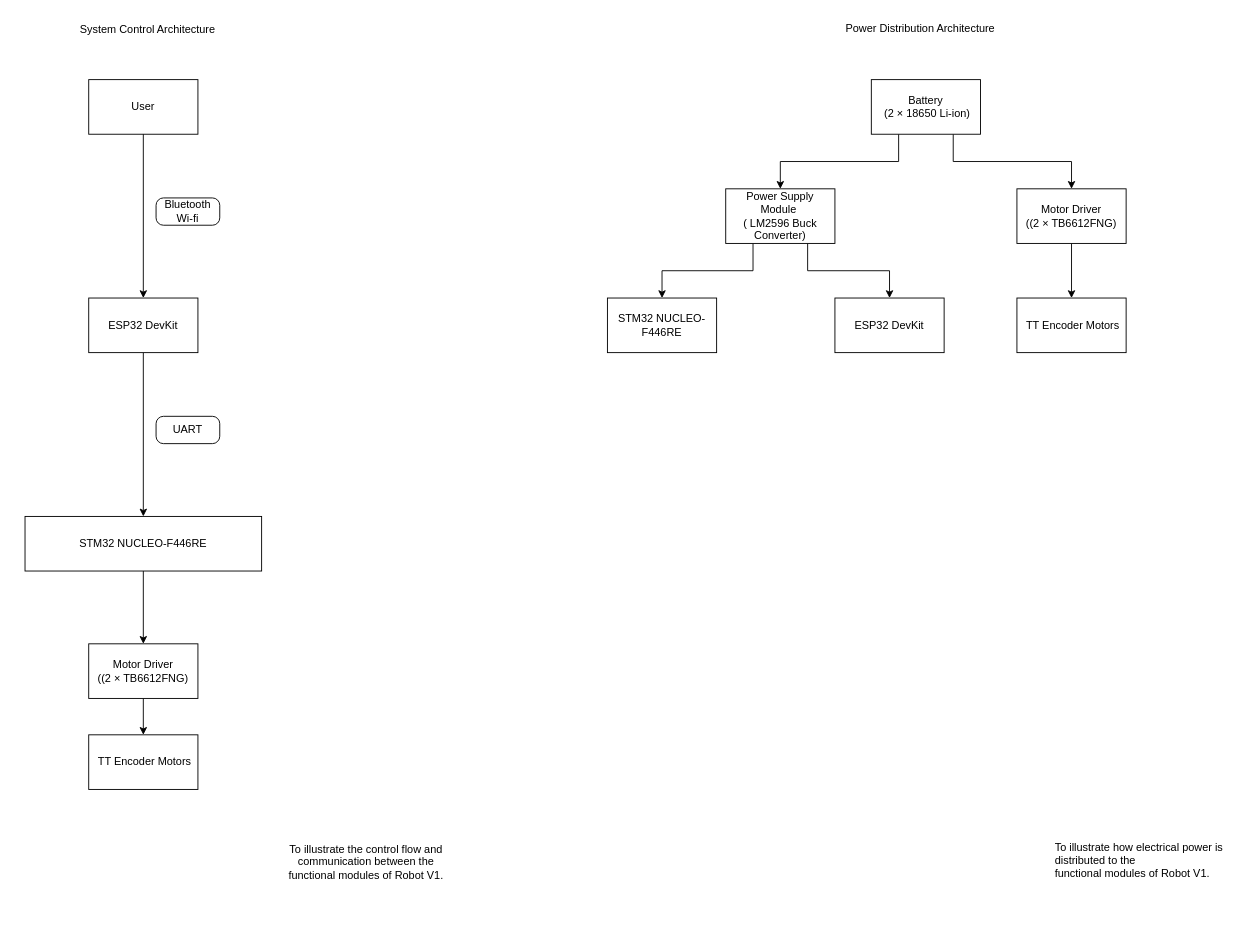
jeremywan-dev/ai-robotics-platform keeps this draw.io diagram as docs/v1-system-architecture.drawio. Above is the earlier version. Source tidied: cells renumbered, new cells numbered last; positions are measured from the earlier drawing's top-left corner, leaving out a move shared by most shapes. Both pictures are drawn from the tidied source at 91%, with x=0, y=0 at pixel (15, 15).
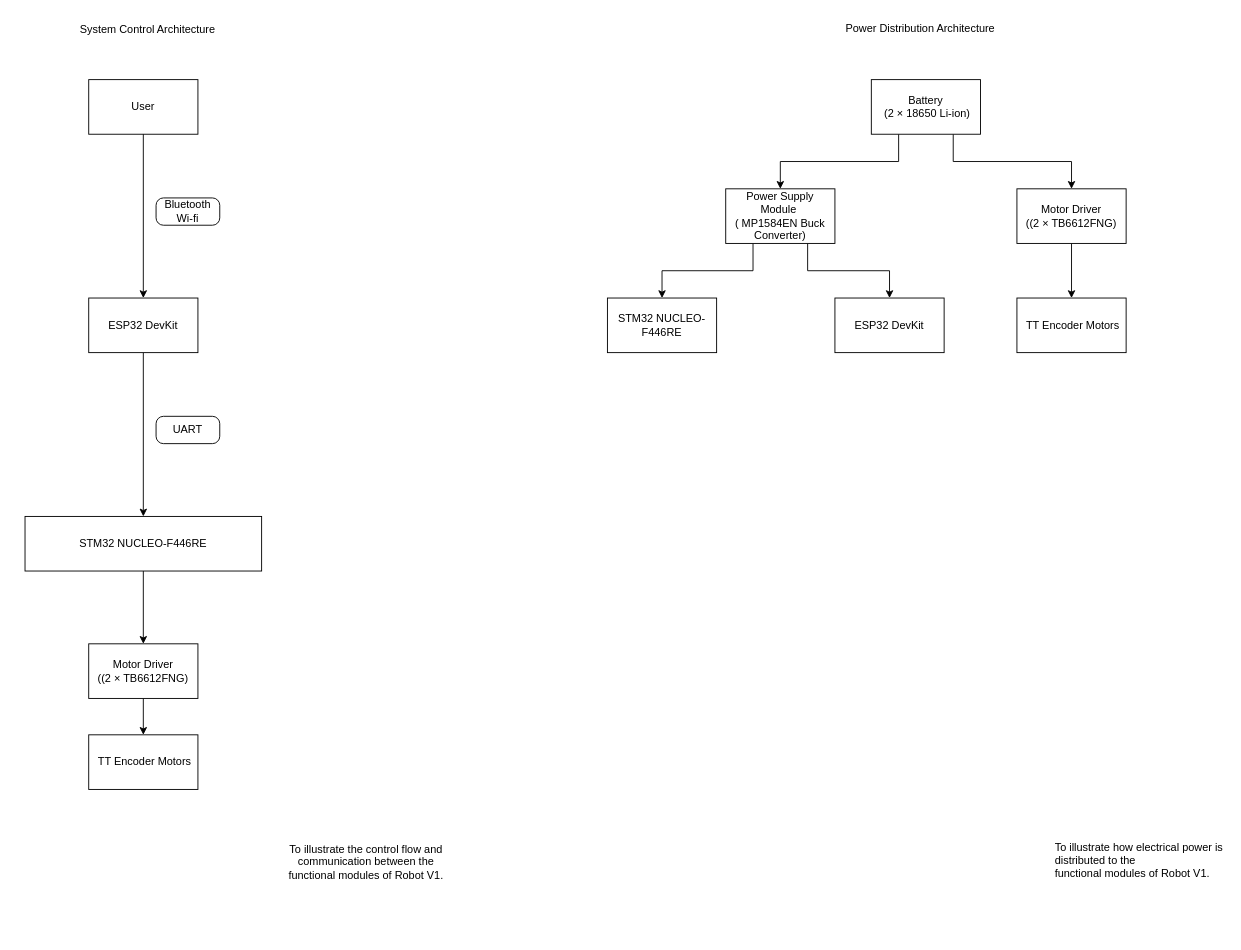
Above is the later version.

Diff of the diagram source:
```diff
@@
-    <mxCell id="20" value="&lt;div&gt;Power Supply Module&amp;nbsp;&lt;/div&gt;( LM2596 Buck Converter)" style="rounded=0;whiteSpace=wrap;html=1;fillColor=light-dark(#FFFFFF,#990000);" parent="1" vertex="1">
+    <mxCell id="20" value="&lt;div&gt;Power Supply Module&amp;nbsp;&lt;/div&gt;( MP1584EN Buck Converter)" style="rounded=0;whiteSpace=wrap;html=1;fillColor=light-dark(#FFFFFF,#990000);" parent="1" vertex="1">
       <mxGeometry x="780" y="190" width="120" height="60" as="geometry" />
     </mxCell>
```
